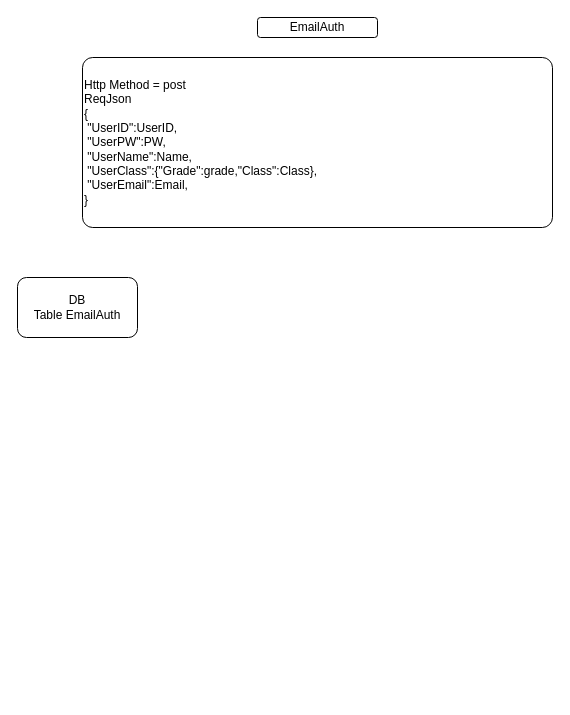
Before: page "회원가입" (2 of 3) of 제목 없는 다이어그램.drawio in wax05/Chr-mail, a draw.io diagram. Source tidied: cells renumbered, new cells numbered last; positions are measured from the earlier drawing's top-left corner, leaving out a move shared by most shapes. Both pictures are drawn from the tidied source at 100%, with x=0, y=0 at pixel (17, 17).
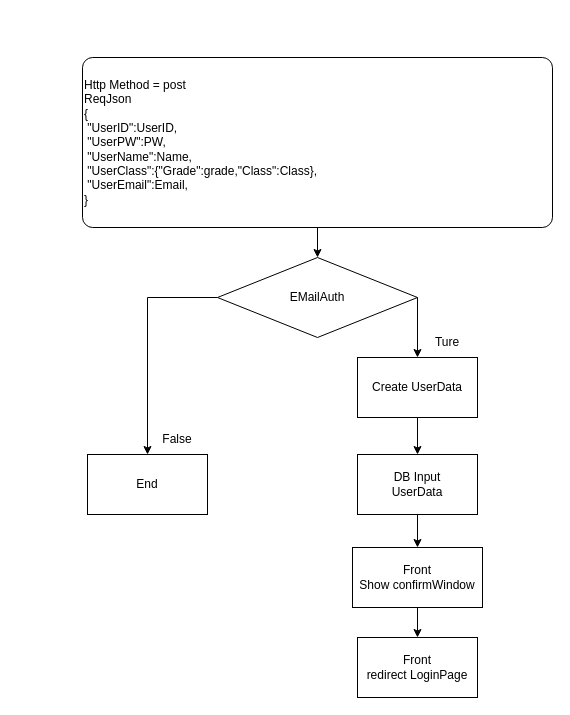
The same diagram, later.

Change to the diagram source:
```diff
@@
 <mxGraphModel>
   <root>
     <mxCell id="0" />
     <mxCell id="1" parent="0" />
-    <mxCell id="2" value="EmailAuth" style="rounded=1;whiteSpace=wrap;html=1;" parent="1" vertex="1">
-      <mxGeometry x="240" width="120" height="20" as="geometry" />
-    </mxCell>
     <mxCell id="3" value="Http Method = post&lt;br&gt;ReqJson&lt;br&gt;{&lt;br&gt;&lt;div style=&quot;&quot;&gt;&lt;span style=&quot;background-color: initial;&quot;&gt;&lt;span style=&quot;white-space: pre;&quot;&gt; &lt;/span&gt;&quot;UserID&quot;:UserID,&lt;/span&gt;&lt;/div&gt;&lt;div style=&quot;&quot;&gt;&lt;span style=&quot;background-color: initial;&quot;&gt;&lt;span style=&quot;white-space: pre;&quot;&gt; &lt;/span&gt;&quot;UserPW&quot;:PW,&lt;br&gt;&lt;/span&gt;&lt;/div&gt;&lt;div style=&quot;&quot;&gt;&lt;span style=&quot;background-color: initial;&quot;&gt;&lt;span style=&quot;white-space: pre;&quot;&gt; &lt;/span&gt;&quot;UserName&quot;:Name,&lt;br&gt;&lt;/span&gt;&lt;/div&gt;&lt;div style=&quot;&quot;&gt;&lt;span style=&quot;background-color: initial;&quot;&gt;&lt;span style=&quot;white-space: pre;&quot;&gt; &lt;/span&gt;&quot;UserClass&quot;:{&quot;Grade&quot;:grade,&quot;Class&quot;:Class},&lt;br&gt;&lt;/span&gt;&lt;/div&gt;&lt;div style=&quot;&quot;&gt;&lt;span style=&quot;background-color: initial;&quot;&gt;&lt;span style=&quot;white-space: pre;&quot;&gt; &lt;/span&gt;&quot;UserEmail&quot;:Email,&lt;br&gt;&lt;/span&gt;&lt;/div&gt;&lt;div style=&quot;&quot;&gt;&lt;span style=&quot;background-color: initial;&quot;&gt;}&lt;/span&gt;&lt;/div&gt;" style="rounded=1;whiteSpace=wrap;html=1;align=left;arcSize=6;" parent="1" vertex="1">
       <mxGeometry x="65" y="40" width="470" height="170" as="geometry" />
     </mxCell>
-    <mxCell id="4" value="DB&lt;br&gt;Table EmailAuth" style="rounded=1;whiteSpace=wrap;html=1;" parent="1" vertex="1">
-      <mxGeometry y="260" width="120" height="60" as="geometry" />
-    </mxCell>
+    <mxCell id="5" style="edgeStyle=orthogonalEdgeStyle;rounded=0;jettySize=auto;html=1;" parent="1" edge="1" source="6" target="18">
+      <mxGeometry relative="1" as="geometry" />
+    </mxCell>
+    <mxCell id="6" value="EMailAuth" style="rhombus;whiteSpace=wrap;html=1;" parent="1" vertex="1">
+      <mxGeometry x="200" y="240" width="200" height="80" as="geometry" />
+    </mxCell>
+    <mxCell id="7" style="endArrow=classic;html=1;rounded=0;exitX=0.5;exitY=1;exitDx=0;exitDy=0;entryX=0.5;entryY=0;entryDx=0;entryDy=0;" parent="1" edge="1" source="3" target="6">
+      <mxGeometry relative="1" as="geometry" />
+    </mxCell>
+    <mxCell id="8" value="Ture" style="text;html=1;strokeColor=none;fillColor=none;align=center;verticalAlign=middle;whiteSpace=wrap;rounded=0;" parent="1" vertex="1">
+      <mxGeometry x="400" y="310" width="60" height="30" as="geometry" />
+    </mxCell>
+    <mxCell id="9" value="False" style="text;html=1;strokeColor=none;fillColor=none;align=center;verticalAlign=middle;whiteSpace=wrap;rounded=0;" parent="1" vertex="1">
+      <mxGeometry x="130" y="407" width="60" height="30" as="geometry" />
+    </mxCell>
+    <mxCell id="10" style="edgeStyle=orthogonalEdgeStyle;rounded=0;jettySize=auto;html=1;" parent="1" edge="1" source="11" target="13">
+      <mxGeometry relative="1" as="geometry" />
+    </mxCell>
+    <mxCell id="11" value="Create UserData" style="rounded=0;whiteSpace=wrap;html=1;" parent="1" vertex="1">
+      <mxGeometry x="340" y="340" width="120" height="60" as="geometry" />
+    </mxCell>
+    <mxCell id="12" style="edgeStyle=orthogonalEdgeStyle;rounded=0;jettySize=auto;html=1;" parent="1" edge="1" source="13" target="16">
+      <mxGeometry relative="1" as="geometry" />
+    </mxCell>
+    <mxCell id="13" value="DB Input&lt;br&gt;UserData" style="whiteSpace=wrap;html=1;rounded=0;" parent="1" vertex="1">
+      <mxGeometry x="340" y="437" width="120" height="60" as="geometry" />
+    </mxCell>
+    <mxCell id="14" style="endArrow=classic;html=1;rounded=0;exitX=1;exitY=0.5;exitDx=0;exitDy=0;entryX=0.5;entryY=0;entryDx=0;entryDy=0;" parent="1" edge="1" source="6" target="11">
+      <mxGeometry relative="1" as="geometry" />
+    </mxCell>
+    <mxCell id="15" style="edgeStyle=orthogonalEdgeStyle;rounded=0;jettySize=auto;html=1;" parent="1" edge="1" source="16" target="17">
+      <mxGeometry relative="1" as="geometry" />
+    </mxCell>
+    <mxCell id="16" value="Front&lt;br&gt;Show confirmWindow" style="whiteSpace=wrap;html=1;rounded=0;" parent="1" vertex="1">
+      <mxGeometry x="335" y="530" width="130" height="60" as="geometry" />
+    </mxCell>
+    <mxCell id="17" value="Front&lt;br&gt;redirect LoginPage" style="whiteSpace=wrap;html=1;rounded=0;" parent="1" vertex="1">
+      <mxGeometry x="340" y="620" width="120" height="60" as="geometry" />
+    </mxCell>
+    <mxCell id="18" value="End" style="whiteSpace=wrap;html=1;" parent="1" vertex="1">
+      <mxGeometry x="70" y="437" width="120" height="60" as="geometry" />
+    </mxCell>
   </root>
 </mxGraphModel>
```
